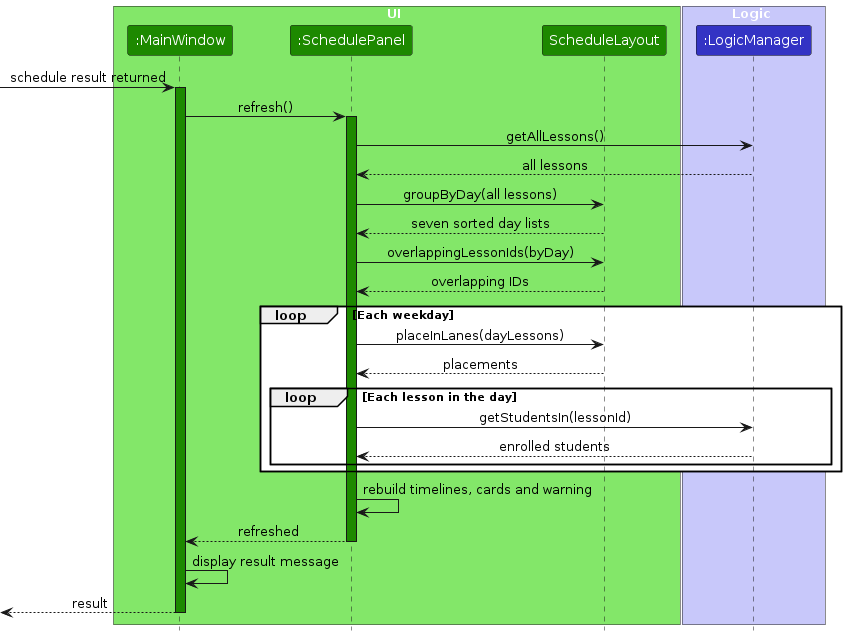
Above: diagrams/ScheduleRenderingSequenceDiagram.png in AY2627S1-CS2103T-T13-2/tp (PlantUML), before the change. Its source is kept beside it as diagrams/ScheduleRenderingSequenceDiagram.puml. Source of this version:
```plantuml
@startuml
!include style.puml
skinparam ArrowFontStyle plain

box UI UI_COLOR_T1
participant ":MainWindow" as MainWindow UI_COLOR
participant ":SchedulePanel" as SchedulePanel UI_COLOR
participant "ScheduleLayout" as ScheduleLayout UI_COLOR
end box

box Logic LOGIC_COLOR_T1
participant ":LogicManager" as LogicManager LOGIC_COLOR
end box

[-> MainWindow : schedule result returned
activate MainWindow UI_COLOR
MainWindow -> SchedulePanel : refresh()
activate SchedulePanel UI_COLOR
SchedulePanel -> LogicManager : getAllLessons()
LogicManager --> SchedulePanel : all lessons
SchedulePanel -> ScheduleLayout : groupByDay(all lessons)
ScheduleLayout --> SchedulePanel : seven sorted day lists
SchedulePanel -> ScheduleLayout : overlappingLessonIds(byDay)
ScheduleLayout --> SchedulePanel : overlapping IDs

loop Each weekday
    SchedulePanel -> ScheduleLayout : placeInLanes(dayLessons)
    ScheduleLayout --> SchedulePanel : placements
    loop Each lesson in the day
        SchedulePanel -> LogicManager : getStudentsIn(lessonId)
        LogicManager --> SchedulePanel : enrolled students
    end
end

SchedulePanel -> SchedulePanel : rebuild timelines, cards and warning
SchedulePanel --> MainWindow : refreshed
deactivate SchedulePanel
MainWindow -> MainWindow : display result message
[<-- MainWindow : result
deactivate MainWindow

@enduml
```
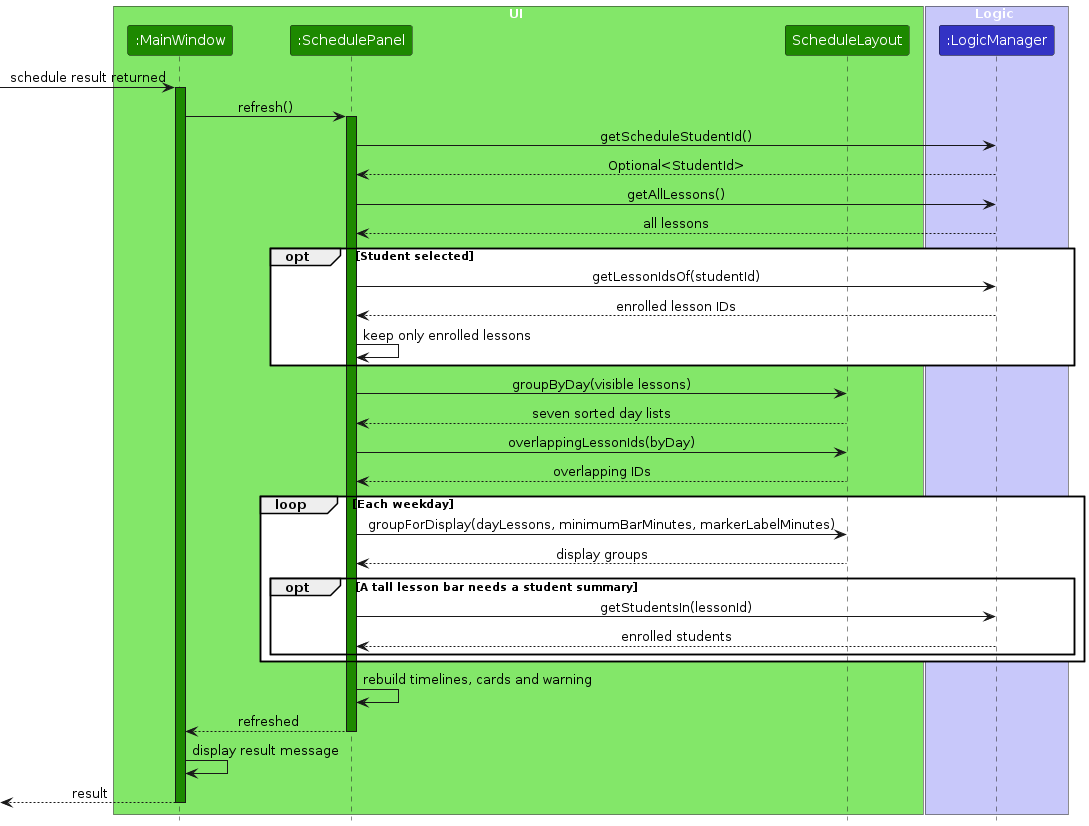
The same file after the commit.

The edit, as a diff of the source:
```diff
@@ -16,17 +16,24 @@
 activate MainWindow UI_COLOR
 MainWindow -> SchedulePanel : refresh()
 activate SchedulePanel UI_COLOR
+SchedulePanel -> LogicManager : getScheduleStudentId()
+LogicManager --> SchedulePanel : Optional<StudentId>
 SchedulePanel -> LogicManager : getAllLessons()
 LogicManager --> SchedulePanel : all lessons
-SchedulePanel -> ScheduleLayout : groupByDay(all lessons)
+opt Student selected
+    SchedulePanel -> LogicManager : getLessonIdsOf(studentId)
+    LogicManager --> SchedulePanel : enrolled lesson IDs
+    SchedulePanel -> SchedulePanel : keep only enrolled lessons
+end
+SchedulePanel -> ScheduleLayout : groupByDay(visible lessons)
 ScheduleLayout --> SchedulePanel : seven sorted day lists
 SchedulePanel -> ScheduleLayout : overlappingLessonIds(byDay)
 ScheduleLayout --> SchedulePanel : overlapping IDs
 
 loop Each weekday
-    SchedulePanel -> ScheduleLayout : placeInLanes(dayLessons)
-    ScheduleLayout --> SchedulePanel : placements
-    loop Each lesson in the day
+    SchedulePanel -> ScheduleLayout : groupForDisplay(dayLessons, minimumBarMinutes, markerLabelMinutes)
+    ScheduleLayout --> SchedulePanel : display groups
+    opt A tall lesson bar needs a student summary
         SchedulePanel -> LogicManager : getStudentsIn(lessonId)
         LogicManager --> SchedulePanel : enrolled students
     end
```
